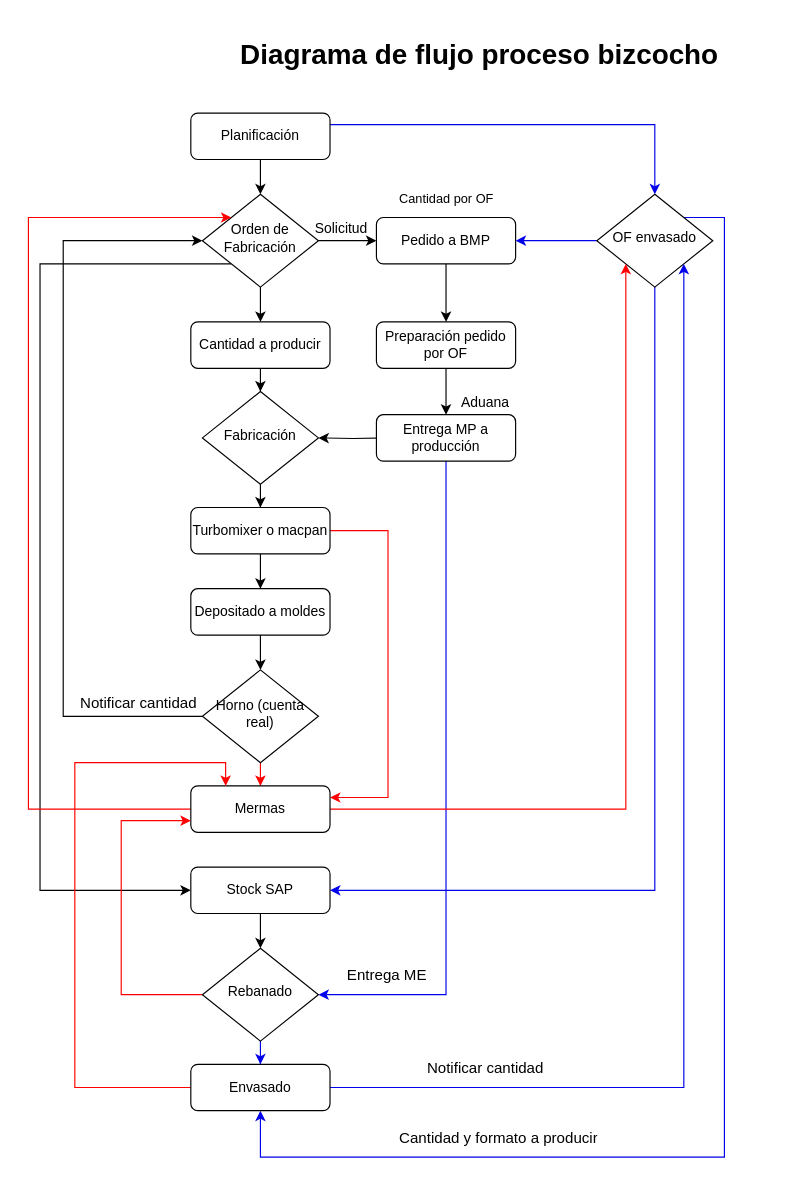
Above: Untitled Diagram.drawio in diegosaldiasq/Quinta (draw.io), before the change. Source tidied: cells renumbered, new cells numbered last; positions are measured from the earlier drawing's top-left corner, leaving out a move shared by most shapes. Both pictures are drawn from the tidied source at 116%, with x=0, y=0 at pixel (28, 31).
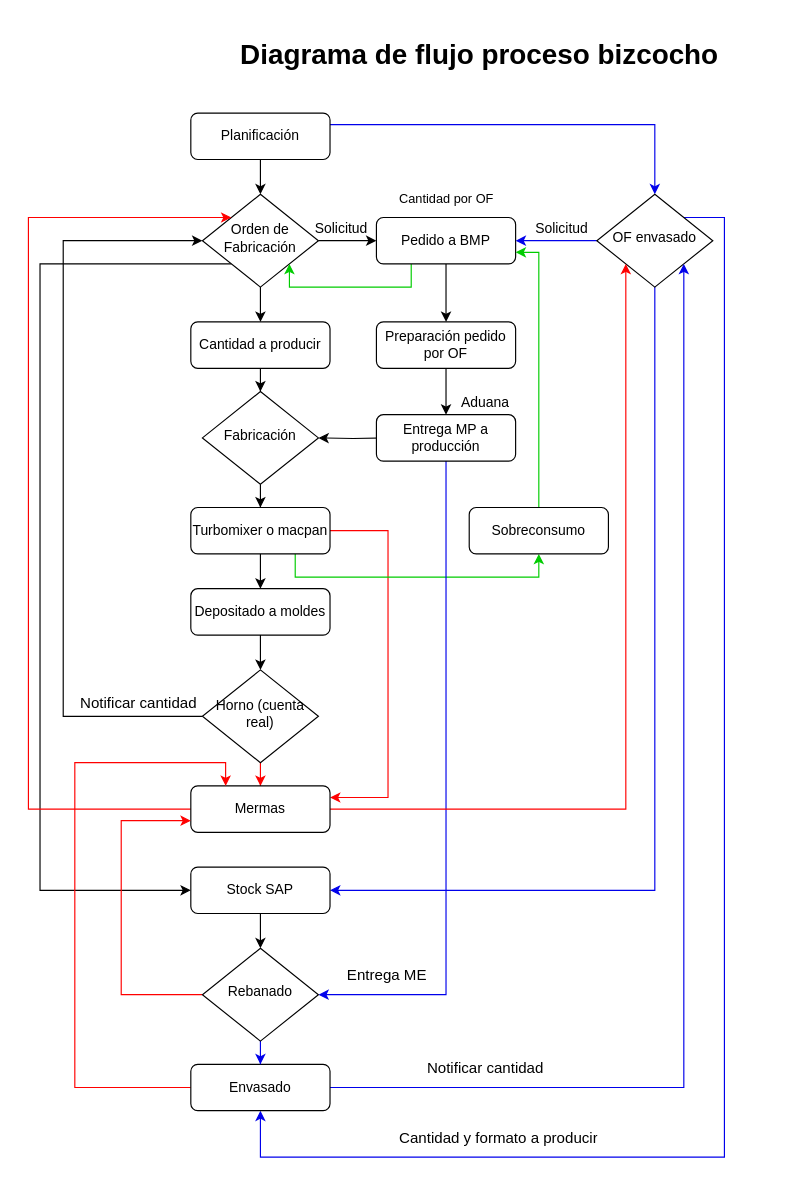
The same diagram, later.

Commit message:
Con sobreconsumo

Unchanged cells that the change refers to:
```xml
<mxCell id="8" value="Orden de Fabricación" style="rhombus;whiteSpace=wrap;html=1;shadow=0;fontFamily=Helvetica;fontSize=12;align=center;strokeWidth=1;spacing=6;spacingTop=-4;" parent="1" vertex="1">
  <mxGeometry x="150" y="140" width="100" height="80" as="geometry" />
</mxCell>
<mxCell id="17" value="Turbomixer o macpan" style="rounded=1;whiteSpace=wrap;html=1;fontSize=12;glass=0;strokeWidth=1;shadow=0;" parent="1" vertex="1">
  <mxGeometry x="140" y="410" width="120" height="40" as="geometry" />
</mxCell>
<mxCell id="19" value="Pedido a BMP" style="rounded=1;whiteSpace=wrap;html=1;fontSize=12;glass=0;strokeWidth=1;shadow=0;" parent="1" vertex="1">
  <mxGeometry x="300" y="160" width="120" height="40" as="geometry" />
</mxCell>
```

Change to the diagram source:
```diff
@@
+    <mxCell id="52" style="edgeStyle=orthogonalEdgeStyle;rounded=0;jettySize=auto;html=1;exitX=0.75;exitY=1;exitDx=0;exitDy=0;entryX=0.5;entryY=1;entryDx=0;entryDy=0;strokeColor=#00CC00;" parent="1" edge="1" source="17" target="55">
+      <mxGeometry relative="1" as="geometry" />
+    </mxCell>
@@
+    <mxCell id="53" style="edgeStyle=orthogonalEdgeStyle;rounded=0;jettySize=auto;html=1;exitX=0.25;exitY=1;exitDx=0;exitDy=0;entryX=1;entryY=1;entryDx=0;entryDy=0;strokeColor=#00CC00;" parent="1" edge="1" source="19" target="8">
+      <mxGeometry relative="1" as="geometry">
+        <Array as="points">
+          <mxPoint x="330" y="220" />
+          <mxPoint x="225" y="220" />
+        </Array>
+      </mxGeometry>
+    </mxCell>
@@
+    <mxCell id="54" style="edgeStyle=orthogonalEdgeStyle;rounded=0;jettySize=auto;html=1;exitX=0.5;exitY=0;exitDx=0;exitDy=0;entryX=1;entryY=0.75;entryDx=0;entryDy=0;strokeColor=#00CC00;" parent="1" edge="1" source="55" target="19">
+      <mxGeometry relative="1" as="geometry">
+        <Array as="points">
+          <mxPoint x="440" y="190" />
+        </Array>
+      </mxGeometry>
+    </mxCell>
+    <mxCell id="55" value="Sobreconsumo" style="rounded=1;whiteSpace=wrap;html=1;fontSize=12;glass=0;strokeWidth=1;shadow=0;" parent="1" vertex="1">
+      <mxGeometry x="380" y="410" width="120" height="40" as="geometry" />
+    </mxCell>
+    <mxCell id="56" value="Solicitud" style="text;html=1;strokeColor=none;fillColor=none;align=center;verticalAlign=middle;whiteSpace=wrap;rounded=0;" parent="1" vertex="1">
+      <mxGeometry x="440" y="160" width="40" height="20" as="geometry" />
+    </mxCell>
```
